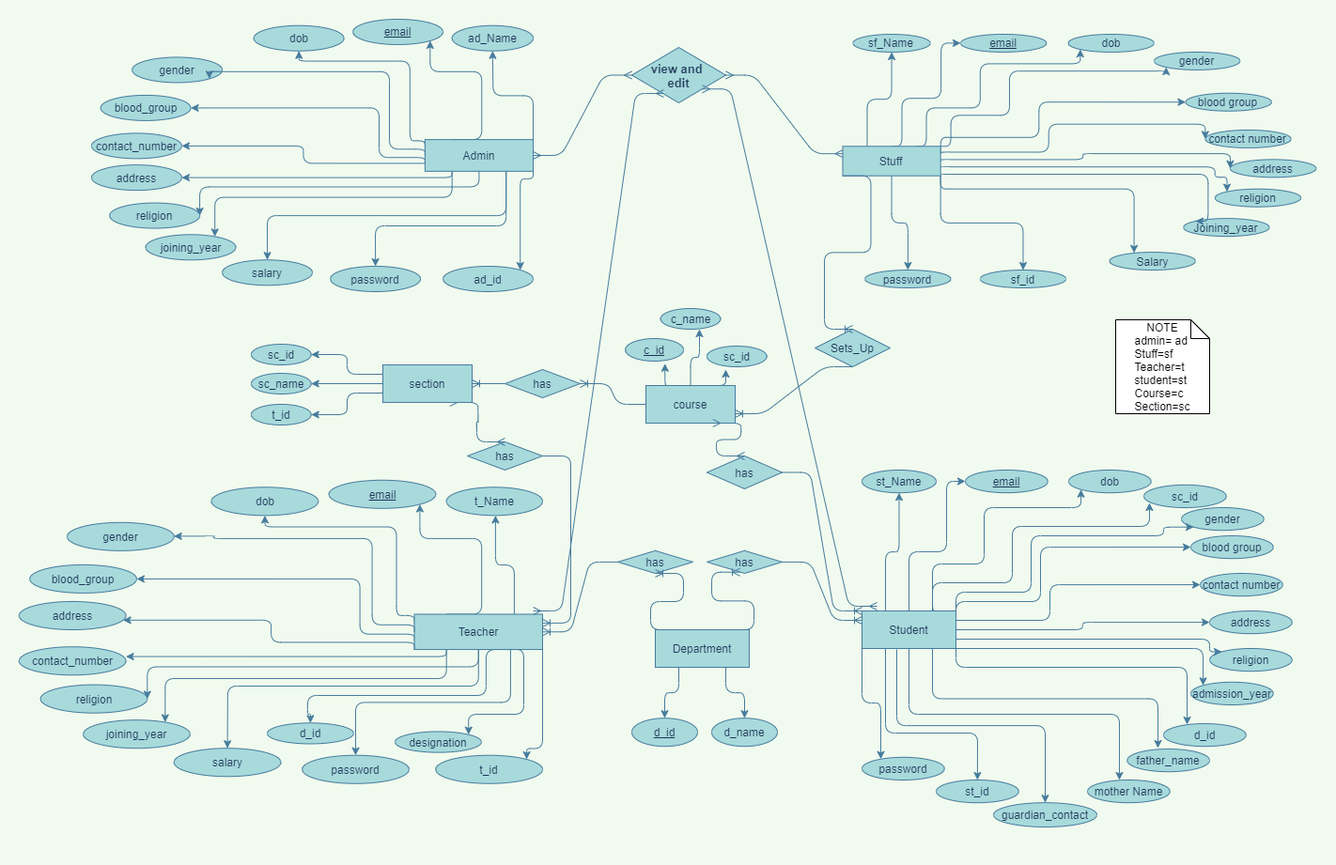
Born0/University_Management_System keeps this draw.io diagram as Project info/WUB.png. Above is the earlier version. Source tidied: cells renumbered, new cells last; positions are measured from the earlier drawing's top-left corner, leaving out a move shared by most shapes.
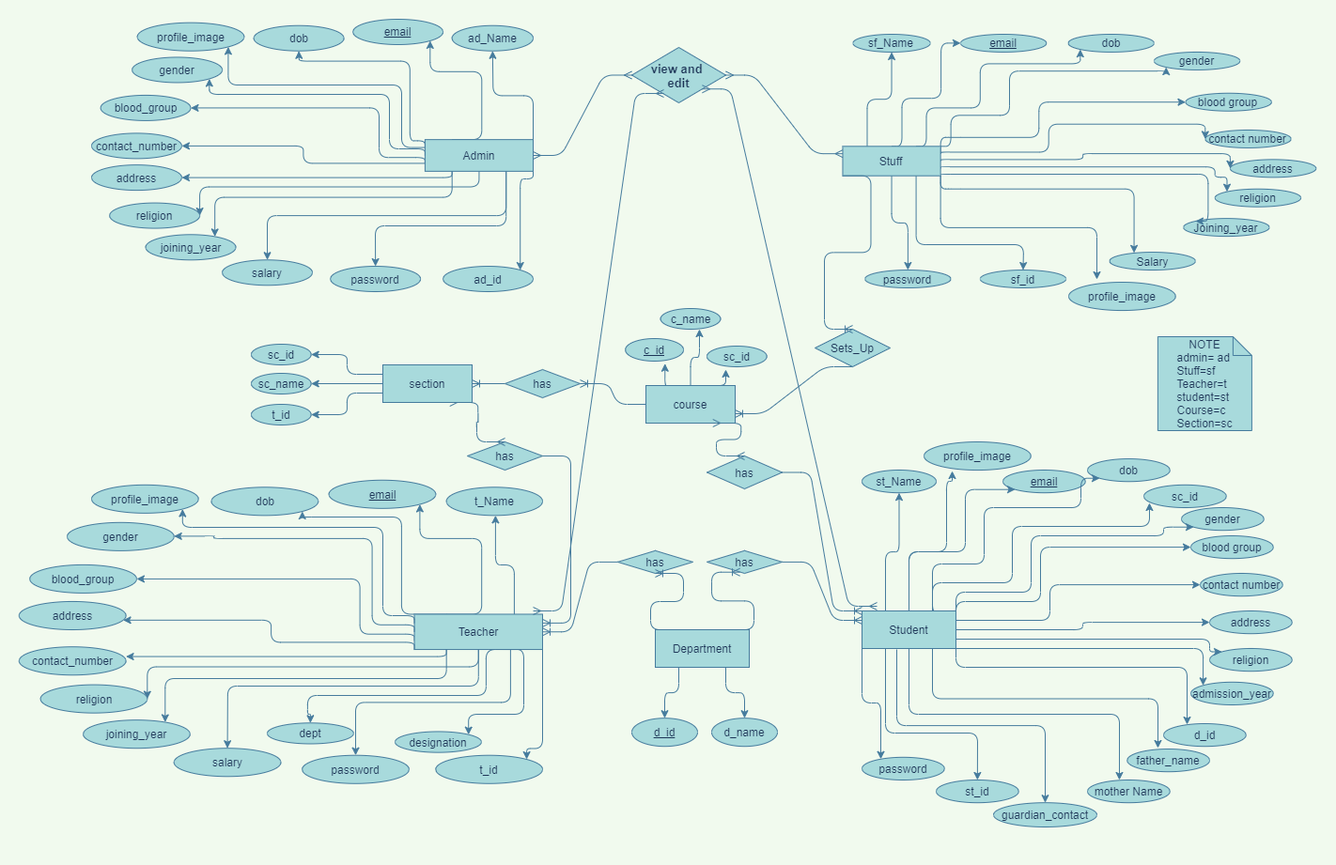
The same diagram one commit later.

Diff of the diagram source:
```diff
@@ -92,6 +92,15 @@
     <mxCell id="19" style="edgeStyle=orthogonalEdgeStyle;curved=0;rounded=1;sketch=0;jettySize=auto;html=1;exitX=0.75;exitY=1;exitDx=0;exitDy=0;strokeColor=#457B9D;fontColor=#1D3557;labelBackgroundColor=#F1FAEE;" parent="10" edge="1" source="20" target="31">
       <mxGeometry relative="1" as="geometry" />
     </mxCell>
+    <mxCell id="162" style="edgeStyle=orthogonalEdgeStyle;curved=0;rounded=1;sketch=0;jettySize=auto;html=1;exitX=0;exitY=0.25;exitDx=0;exitDy=0;entryX=1;entryY=1;entryDx=0;entryDy=0;strokeColor=#457B9D;fillColor=#A8DADC;fontColor=#1D3557;" parent="10" edge="1" source="20" target="163">
+      <mxGeometry relative="1" as="geometry">
+        <Array as="points">
+          <mxPoint x="330" y="137" />
+          <mxPoint x="330" y="70" />
+          <mxPoint x="145" y="70" />
+        </Array>
+      </mxGeometry>
+    </mxCell>
     <mxCell id="20" value="Admin" style="whiteSpace=wrap;html=1;align=center;rounded=0;sketch=0;fillColor=#A8DADC;strokeColor=#457B9D;fontColor=#1D3557;" parent="10" vertex="1">
       <mxGeometry x="354.9" y="128.1" width="115.1" height="33.7" as="geometry" />
     </mxCell>
@@ -142,9 +151,10 @@
     <mxCell id="34" style="edgeStyle=orthogonalEdgeStyle;curved=0;rounded=1;sketch=0;jettySize=auto;html=1;exitX=0;exitY=0.5;exitDx=0;exitDy=0;entryX=1;entryY=1;entryDx=0;entryDy=0;strokeColor=#457B9D;fontColor=#1D3557;labelBackgroundColor=#F1FAEE;" parent="10" edge="1" source="20" target="24">
       <mxGeometry relative="1" as="geometry">
         <Array as="points">
-          <mxPoint x="317" y="138.3" />
-          <mxPoint x="317" y="55.8" />
-          <mxPoint x="124.6" y="55.8" />
+          <mxPoint x="355" y="138" />
+          <mxPoint x="317" y="138" />
+          <mxPoint x="317" y="80" />
+          <mxPoint x="125" y="80" />
         </Array>
       </mxGeometry>
     </mxCell>
@@ -156,6 +166,9 @@
         </Array>
       </mxGeometry>
     </mxCell>
+    <mxCell id="163" value="profile_image" style="ellipse;whiteSpace=wrap;html=1;align=center;rounded=0;sketch=0;fillColor=#A8DADC;strokeColor=#457B9D;fontColor=#1D3557;" parent="10" vertex="1">
+      <mxGeometry x="48.7" y="3.7" width="113.7" height="30" as="geometry" />
+    </mxCell>
     <mxCell id="36" style="group;fontColor=#1D3557;" parent="1" vertex="1">
       <mxGeometry x="107" y="557" width="450" height="323" as="geometry" />
     </mxCell>
@@ -171,15 +184,6 @@
         </Array>
       </mxGeometry>
     </mxCell>
-    <mxCell id="39" style="edgeStyle=orthogonalEdgeStyle;curved=0;rounded=1;sketch=0;jettySize=auto;html=1;exitX=0;exitY=0.25;exitDx=0;exitDy=0;strokeColor=#457B9D;fontColor=#1D3557;labelBackgroundColor=#F1FAEE;" parent="37" edge="1" source="44" target="57">
-      <mxGeometry relative="1" as="geometry">
-        <Array as="points">
-          <mxPoint x="401.7" y="77.9" />
-          <mxPoint x="401.7" y="-16.5" />
-          <mxPoint x="261.7" y="-16.5" />
-        </Array>
-      </mxGeometry>
-    </mxCell>
     <mxCell id="40" style="edgeStyle=orthogonalEdgeStyle;curved=0;rounded=1;sketch=0;jettySize=auto;html=1;exitX=0;exitY=0.75;exitDx=0;exitDy=0;entryX=1;entryY=0.5;entryDx=0;entryDy=0;strokeColor=#457B9D;fontColor=#1D3557;labelBackgroundColor=#F1FAEE;" parent="37" edge="1" source="44" target="54">
       <mxGeometry relative="1" as="geometry">
         <Array as="points">
@@ -207,6 +211,15 @@
     <mxCell id="43" style="edgeStyle=orthogonalEdgeStyle;curved=0;rounded=1;sketch=0;jettySize=auto;html=1;exitX=0.75;exitY=1;exitDx=0;exitDy=0;strokeColor=#457B9D;fontColor=#1D3557;labelBackgroundColor=#F1FAEE;" parent="37" edge="1" source="44" target="50">
       <mxGeometry relative="1" as="geometry" />
     </mxCell>
+    <mxCell id="164" style="edgeStyle=orthogonalEdgeStyle;curved=0;rounded=1;sketch=0;jettySize=auto;html=1;exitX=0.25;exitY=0;exitDx=0;exitDy=0;entryX=1;entryY=1;entryDx=0;entryDy=0;strokeColor=#457B9D;fillColor=#A8DADC;fontColor=#1D3557;" parent="37" edge="1" source="44" target="57">
+      <mxGeometry relative="1" as="geometry">
+        <Array as="points">
+          <mxPoint x="407" y="77" />
+          <mxPoint x="407" y="-27" />
+          <mxPoint x="301" y="-27" />
+        </Array>
+      </mxGeometry>
+    </mxCell>
     <mxCell id="44" value="Teacher" style="whiteSpace=wrap;html=1;align=center;rounded=0;sketch=0;fillColor=#A8DADC;strokeColor=#457B9D;fontColor=#1D3557;" parent="37" vertex="1">
       <mxGeometry x="420.7" y="76.5" width="136.4" height="37.6" as="geometry" />
     </mxCell>
@@ -298,7 +311,7 @@
         </Array>
       </mxGeometry>
     </mxCell>
-    <mxCell id="63" value="d_id" style="ellipse;whiteSpace=wrap;html=1;align=center;rounded=0;sketch=0;fillColor=#A8DADC;strokeColor=#457B9D;fontColor=#1D3557;" parent="36" vertex="1">
+    <mxCell id="63" value="dept" style="ellipse;whiteSpace=wrap;html=1;align=center;rounded=0;sketch=0;fillColor=#A8DADC;strokeColor=#457B9D;fontColor=#1D3557;" parent="36" vertex="1">
       <mxGeometry x="157" y="192.3" width="91.8" height="22.2" as="geometry" />
     </mxCell>
     <mxCell id="64" value="designation" style="ellipse;whiteSpace=wrap;html=1;align=center;rounded=0;sketch=0;fillColor=#A8DADC;strokeColor=#457B9D;fontColor=#1D3557;" parent="36" vertex="1">
@@ -325,10 +338,10 @@
       </mxGeometry>
     </mxCell>
     <mxCell id="67" value="dob" style="ellipse;whiteSpace=wrap;html=1;align=center;rounded=0;sketch=0;fillColor=#A8DADC;strokeColor=#457B9D;fontColor=#1D3557;" parent="1" vertex="1">
-      <mxGeometry x="1117" y="480" width="87.8" height="24.2" as="geometry" />
+      <mxGeometry x="1137" y="468" width="87.8" height="24.2" as="geometry" />
     </mxCell>
     <mxCell id="68" value="email" style="ellipse;whiteSpace=wrap;html=1;align=center;fontStyle=4;rounded=0;sketch=0;fillColor=#A8DADC;strokeColor=#457B9D;fontColor=#1D3557;" parent="1" vertex="1">
-      <mxGeometry x="1007" y="480" width="87.8" height="24.2" as="geometry" />
+      <mxGeometry x="1047" y="480" width="87.8" height="24.2" as="geometry" />
     </mxCell>
     <mxCell id="69" value="st_Name" style="ellipse;whiteSpace=wrap;html=1;rounded=0;sketch=0;fillColor=#A8DADC;strokeColor=#457B9D;fontColor=#1D3557;" parent="1" vertex="1">
       <mxGeometry x="897" y="480" width="79" height="24.2" as="geometry" />
@@ -363,12 +376,13 @@
     <mxCell id="79" style="edgeStyle=orthogonalEdgeStyle;curved=0;rounded=1;sketch=0;jettySize=auto;html=1;exitX=0.25;exitY=0;exitDx=0;exitDy=0;strokeColor=#457B9D;fontColor=#1D3557;labelBackgroundColor=#F1FAEE;" parent="1" edge="1" source="95" target="69">
       <mxGeometry relative="1" as="geometry" />
     </mxCell>
-    <mxCell id="80" style="edgeStyle=orthogonalEdgeStyle;curved=0;rounded=1;sketch=0;jettySize=auto;html=1;exitX=0.5;exitY=0;exitDx=0;exitDy=0;strokeColor=#457B9D;fontColor=#1D3557;labelBackgroundColor=#F1FAEE;" parent="1" edge="1" source="95" target="68">
+    <mxCell id="80" style="edgeStyle=orthogonalEdgeStyle;curved=0;rounded=1;sketch=0;jettySize=auto;html=1;exitX=0.5;exitY=0;exitDx=0;exitDy=0;strokeColor=#457B9D;fontColor=#1D3557;labelBackgroundColor=#F1FAEE;entryX=0.264;entryY=1.032;entryDx=0;entryDy=0;entryPerimeter=0;" parent="1" edge="1" source="95" target="169">
       <mxGeometry relative="1" as="geometry">
         <Array as="points">
           <mxPoint x="947" y="567" />
           <mxPoint x="987" y="567" />
           <mxPoint x="987" y="492" />
+          <mxPoint x="993" y="492" />
         </Array>
       </mxGeometry>
     </mxCell>
@@ -477,6 +491,15 @@
         </Array>
       </mxGeometry>
     </mxCell>
+    <mxCell id="165" style="edgeStyle=orthogonalEdgeStyle;curved=0;rounded=1;sketch=0;jettySize=auto;html=1;exitX=0.5;exitY=0;exitDx=0;exitDy=0;entryX=0;entryY=1;entryDx=0;entryDy=0;strokeColor=#457B9D;fillColor=#A8DADC;fontColor=#1D3557;" parent="1" edge="1" source="95" target="68">
+      <mxGeometry relative="1" as="geometry">
+        <Array as="points">
+          <mxPoint x="947" y="567" />
+          <mxPoint x="1007" y="567" />
+          <mxPoint x="1007" y="501" />
+        </Array>
+      </mxGeometry>
+    </mxCell>
     <mxCell id="95" value="Student" style="whiteSpace=wrap;html=1;align=center;rounded=0;sketch=0;fillColor=#A8DADC;strokeColor=#457B9D;fontColor=#1D3557;" parent="1" vertex="1">
       <mxGeometry x="897" y="630" width="100" height="40" as="geometry" />
     </mxCell>
@@ -495,7 +518,7 @@
     <mxCell id="100" style="edgeStyle=orthogonalEdgeStyle;curved=0;rounded=1;sketch=0;jettySize=auto;html=1;exitX=0.5;exitY=0;exitDx=0;exitDy=0;entryX=0.649;entryY=1;entryDx=0;entryDy=0;entryPerimeter=0;strokeColor=#457B9D;fontColor=#1D3557;labelBackgroundColor=#F1FAEE;" parent="1" edge="1" source="102" target="145">
       <mxGeometry relative="1" as="geometry" />
     </mxCell>
-    <mxCell id="101" style="edgeStyle=orthogonalEdgeStyle;curved=0;rounded=1;sketch=0;jettySize=auto;html=1;exitX=0.75;exitY=0;exitDx=0;exitDy=0;entryX=0.314;entryY=1.136;entryDx=0;entryDy=0;entryPerimeter=0;strokeColor=#457B9D;fillColor=#A8DADC;fontColor=#1D3557;" parent="1" edge="1" source="102" target="147">
+    <mxCell id="101" style="edgeStyle=orthogonalEdgeStyle;curved=0;rounded=1;sketch=0;jettySize=auto;html=1;exitX=0.75;exitY=0;exitDx=0;exitDy=0;entryX=0.314;entryY=1.136;entryDx=0;entryDy=0;entryPerimeter=0;strokeColor=#457B9D;fillColor=#A8DADC;fontColor=#1D3557;labelBackgroundColor=#F1FAEE;" parent="1" edge="1" source="102" target="147">
       <mxGeometry relative="1" as="geometry" />
     </mxCell>
     <mxCell id="102" value="course" style="whiteSpace=wrap;html=1;align=center;rounded=0;sketch=0;fillColor=#A8DADC;strokeColor=#457B9D;fontColor=#1D3557;" parent="1" vertex="1">
@@ -620,12 +643,22 @@
         </Array>
       </mxGeometry>
     </mxCell>
-    <mxCell id="126" style="edgeStyle=orthogonalEdgeStyle;curved=0;rounded=1;sketch=0;jettySize=auto;html=1;exitX=1;exitY=1;exitDx=0;exitDy=0;strokeColor=#457B9D;fontColor=#1D3557;labelBackgroundColor=#F1FAEE;" parent="103" edge="1" source="128" target="115">
-      <mxGeometry relative="1" as="geometry" />
+    <mxCell id="126" style="edgeStyle=orthogonalEdgeStyle;curved=0;rounded=1;sketch=0;jettySize=auto;html=1;exitX=1;exitY=1;exitDx=0;exitDy=0;strokeColor=#457B9D;fontColor=#1D3557;labelBackgroundColor=#F1FAEE;" parent="103" edge="1" source="128">
+      <mxGeometry relative="1" as="geometry">
+        <mxPoint x="270" y="261" as="targetPoint" />
+      </mxGeometry>
     </mxCell>
     <mxCell id="127" style="edgeStyle=orthogonalEdgeStyle;curved=0;rounded=1;sketch=0;jettySize=auto;html=1;exitX=0.5;exitY=1;exitDx=0;exitDy=0;strokeColor=#457B9D;fontColor=#1D3557;labelBackgroundColor=#F1FAEE;" parent="103" edge="1" source="128" target="114">
       <mxGeometry relative="1" as="geometry" />
     </mxCell>
+    <mxCell id="166" style="edgeStyle=orthogonalEdgeStyle;curved=0;rounded=1;sketch=0;jettySize=auto;html=1;exitX=0.75;exitY=1;exitDx=0;exitDy=0;strokeColor=#457B9D;fillColor=#A8DADC;fontColor=#1D3557;" parent="103" edge="1" source="128" target="115">
+      <mxGeometry relative="1" as="geometry">
+        <Array as="points">
+          <mxPoint x="78" y="224" />
+          <mxPoint x="192" y="224" />
+        </Array>
+      </mxGeometry>
+    </mxCell>
     <mxCell id="128" value="Stuff" style="whiteSpace=wrap;html=1;align=center;rounded=0;sketch=0;fillColor=#A8DADC;strokeColor=#457B9D;fontColor=#1D3557;" parent="103" vertex="1">
       <mxGeometry x="-0.5" y="119.3" width="104.1" height="31.4" as="geometry" />
     </mxCell>
@@ -695,16 +728,16 @@
     <mxCell id="150" style="edgeStyle=entityRelationEdgeStyle;fontSize=12;html=1;endArrow=ERmany;startArrow=ERmany;exitX=0.5;exitY=0;exitDx=0;exitDy=0;entryX=0.75;entryY=1;entryDx=0;entryDy=0;strokeColor=#457B9D;fontColor=#1D3557;labelBackgroundColor=#F1FAEE;" parent="1" edge="1" source="130" target="155">
       <mxGeometry relative="1" as="geometry" />
     </mxCell>
-    <mxCell id="151" value="NOTE&lt;br&gt;&lt;div style=&quot;text-align: left&quot;&gt;&lt;span&gt;admin= ad&lt;/span&gt;&lt;/div&gt;&lt;div style=&quot;text-align: left&quot;&gt;&lt;span&gt;Stuff=sf&lt;/span&gt;&lt;/div&gt;&lt;div style=&quot;text-align: left&quot;&gt;&lt;span&gt;Teacher=t&lt;/span&gt;&lt;/div&gt;&lt;div style=&quot;text-align: left&quot;&gt;&lt;span&gt;student=st&lt;/span&gt;&lt;/div&gt;&lt;div style=&quot;text-align: left&quot;&gt;&lt;span&gt;Course=c&lt;/span&gt;&lt;/div&gt;&lt;div style=&quot;text-align: left&quot;&gt;Section=sc&lt;/div&gt;" style="shape=note;size=20;whiteSpace=wrap;html=1;" parent="1" vertex="1">
-      <mxGeometry x="1167" y="320" width="100" height="100" as="geometry" />
+    <mxCell id="151" value="NOTE&lt;br&gt;&lt;div style=&quot;text-align: left&quot;&gt;&lt;span&gt;admin= ad&lt;/span&gt;&lt;/div&gt;&lt;div style=&quot;text-align: left&quot;&gt;&lt;span&gt;Stuff=sf&lt;/span&gt;&lt;/div&gt;&lt;div style=&quot;text-align: left&quot;&gt;&lt;span&gt;Teacher=t&lt;/span&gt;&lt;/div&gt;&lt;div style=&quot;text-align: left&quot;&gt;&lt;span&gt;student=st&lt;/span&gt;&lt;/div&gt;&lt;div style=&quot;text-align: left&quot;&gt;&lt;span&gt;Course=c&lt;/span&gt;&lt;/div&gt;&lt;div style=&quot;text-align: left&quot;&gt;Section=sc&lt;/div&gt;" style="shape=note;size=20;whiteSpace=wrap;html=1;fillColor=#A8DADC;strokeColor=#457B9D;fontColor=#1D3557;" parent="1" vertex="1">
+      <mxGeometry x="1211.9" y="338" width="100" height="100" as="geometry" />
     </mxCell>
-    <mxCell id="152" style="edgeStyle=orthogonalEdgeStyle;curved=0;rounded=1;sketch=0;jettySize=auto;html=1;exitX=0;exitY=0.25;exitDx=0;exitDy=0;entryX=1;entryY=0.5;entryDx=0;entryDy=0;strokeColor=#457B9D;fillColor=#A8DADC;fontColor=#1D3557;" parent="1" edge="1" source="155" target="156">
+    <mxCell id="152" style="edgeStyle=orthogonalEdgeStyle;curved=0;rounded=1;sketch=0;jettySize=auto;html=1;exitX=0;exitY=0.25;exitDx=0;exitDy=0;entryX=1;entryY=0.5;entryDx=0;entryDy=0;strokeColor=#457B9D;fillColor=#A8DADC;fontColor=#1D3557;labelBackgroundColor=#F1FAEE;" parent="1" edge="1" source="155" target="156">
       <mxGeometry relative="1" as="geometry" />
     </mxCell>
-    <mxCell id="153" style="edgeStyle=orthogonalEdgeStyle;curved=0;rounded=1;sketch=0;jettySize=auto;html=1;exitX=0;exitY=0.5;exitDx=0;exitDy=0;entryX=1;entryY=0.5;entryDx=0;entryDy=0;strokeColor=#457B9D;fillColor=#A8DADC;fontColor=#1D3557;" parent="1" edge="1" source="155" target="157">
+    <mxCell id="153" style="edgeStyle=orthogonalEdgeStyle;curved=0;rounded=1;sketch=0;jettySize=auto;html=1;exitX=0;exitY=0.5;exitDx=0;exitDy=0;entryX=1;entryY=0.5;entryDx=0;entryDy=0;strokeColor=#457B9D;fillColor=#A8DADC;fontColor=#1D3557;labelBackgroundColor=#F1FAEE;" parent="1" edge="1" source="155" target="157">
       <mxGeometry relative="1" as="geometry" />
     </mxCell>
-    <mxCell id="154" style="edgeStyle=orthogonalEdgeStyle;curved=0;rounded=1;sketch=0;jettySize=auto;html=1;exitX=0;exitY=0.75;exitDx=0;exitDy=0;entryX=1;entryY=0.5;entryDx=0;entryDy=0;strokeColor=#457B9D;fillColor=#A8DADC;fontColor=#1D3557;" parent="1" edge="1" source="155" target="158">
+    <mxCell id="154" style="edgeStyle=orthogonalEdgeStyle;curved=0;rounded=1;sketch=0;jettySize=auto;html=1;exitX=0;exitY=0.75;exitDx=0;exitDy=0;entryX=1;entryY=0.5;entryDx=0;entryDy=0;strokeColor=#457B9D;fillColor=#A8DADC;fontColor=#1D3557;labelBackgroundColor=#F1FAEE;" parent="1" edge="1" source="155" target="158">
       <mxGeometry relative="1" as="geometry" />
     </mxCell>
     <mxCell id="155" value="section" style="whiteSpace=wrap;html=1;align=center;rounded=0;sketch=0;fillColor=#A8DADC;strokeColor=#457B9D;fontColor=#1D3557;" parent="1" vertex="1">
@@ -719,14 +752,33 @@
     <mxCell id="158" value="t_id" style="ellipse;whiteSpace=wrap;html=1;align=center;rounded=0;sketch=0;fillColor=#A8DADC;strokeColor=#457B9D;fontColor=#1D3557;" parent="1" vertex="1">
       <mxGeometry x="247" y="410" width="63.7" height="22" as="geometry" />
     </mxCell>
-    <mxCell id="159" style="edgeStyle=entityRelationEdgeStyle;fontSize=12;html=1;endArrow=ERoneToMany;strokeColor=#457B9D;fillColor=#A8DADC;entryX=1;entryY=0.5;entryDx=0;entryDy=0;exitX=0;exitY=0.5;exitDx=0;exitDy=0;" parent="1" edge="1" source="160" target="155">
+    <mxCell id="159" style="edgeStyle=entityRelationEdgeStyle;fontSize=12;html=1;endArrow=ERoneToMany;strokeColor=#457B9D;fillColor=#A8DADC;entryX=1;entryY=0.5;entryDx=0;entryDy=0;exitX=0;exitY=0.5;exitDx=0;exitDy=0;labelBackgroundColor=#F1FAEE;fontColor=#1D3557;" parent="1" edge="1" source="160" target="155">
       <mxGeometry relative="1" as="geometry" />
     </mxCell>
     <mxCell id="160" value="has" style="shape=rhombus;perimeter=rhombusPerimeter;whiteSpace=wrap;html=1;align=center;rounded=0;sketch=0;fillColor=#A8DADC;strokeColor=#457B9D;fontColor=#1D3557;" parent="1" vertex="1">
       <mxGeometry x="517" y="373" width="80" height="30" as="geometry" />
     </mxCell>
-    <mxCell id="161" style="edgeStyle=entityRelationEdgeStyle;fontSize=12;html=1;endArrow=ERoneToMany;strokeColor=#457B9D;fillColor=#A8DADC;entryX=1;entryY=0.5;entryDx=0;entryDy=0;exitX=0;exitY=0.5;exitDx=0;exitDy=0;" parent="1" edge="1" source="102" target="160">
+    <mxCell id="161" style="edgeStyle=entityRelationEdgeStyle;fontSize=12;html=1;endArrow=ERoneToMany;strokeColor=#457B9D;fillColor=#A8DADC;entryX=1;entryY=0.5;entryDx=0;entryDy=0;exitX=0;exitY=0.5;exitDx=0;exitDy=0;labelBackgroundColor=#F1FAEE;fontColor=#1D3557;" parent="1" edge="1" source="102" target="160">
       <mxGeometry relative="1" as="geometry" />
     </mxCell>
+    <mxCell id="167" value="profile_image" style="ellipse;whiteSpace=wrap;html=1;align=center;rounded=0;sketch=0;fillColor=#A8DADC;strokeColor=#457B9D;fontColor=#1D3557;" parent="1" vertex="1">
+      <mxGeometry x="77" y="495.8" width="113.7" height="30" as="geometry" />
+    </mxCell>
+    <mxCell id="39" style="edgeStyle=orthogonalEdgeStyle;curved=0;rounded=1;sketch=0;jettySize=auto;html=1;exitX=0;exitY=0.25;exitDx=0;exitDy=0;strokeColor=#457B9D;fontColor=#1D3557;entryX=1;entryY=1;entryDx=0;entryDy=0;labelBackgroundColor=#F1FAEE;" parent="1" edge="1" source="44" target="167">
+      <mxGeometry relative="1" as="geometry">
+        <Array as="points">
+          <mxPoint x="421" y="635" />
+          <mxPoint x="387" y="635" />
+          <mxPoint x="387" y="541" />
+          <mxPoint x="174" y="541" />
+        </Array>
+      </mxGeometry>
+    </mxCell>
+    <mxCell id="168" value="profile_image" style="ellipse;whiteSpace=wrap;html=1;align=center;rounded=0;sketch=0;fillColor=#A8DADC;strokeColor=#457B9D;fontColor=#1D3557;" parent="1" vertex="1">
+      <mxGeometry x="1117" y="280" width="113.7" height="30" as="geometry" />
+    </mxCell>
+    <mxCell id="169" value="profile_image" style="ellipse;whiteSpace=wrap;html=1;align=center;rounded=0;sketch=0;fillColor=#A8DADC;strokeColor=#457B9D;fontColor=#1D3557;" parent="1" vertex="1">
+      <mxGeometry x="963" y="450" width="113.7" height="30" as="geometry" />
+    </mxCell>
   </root>
 </mxGraphModel>
```
